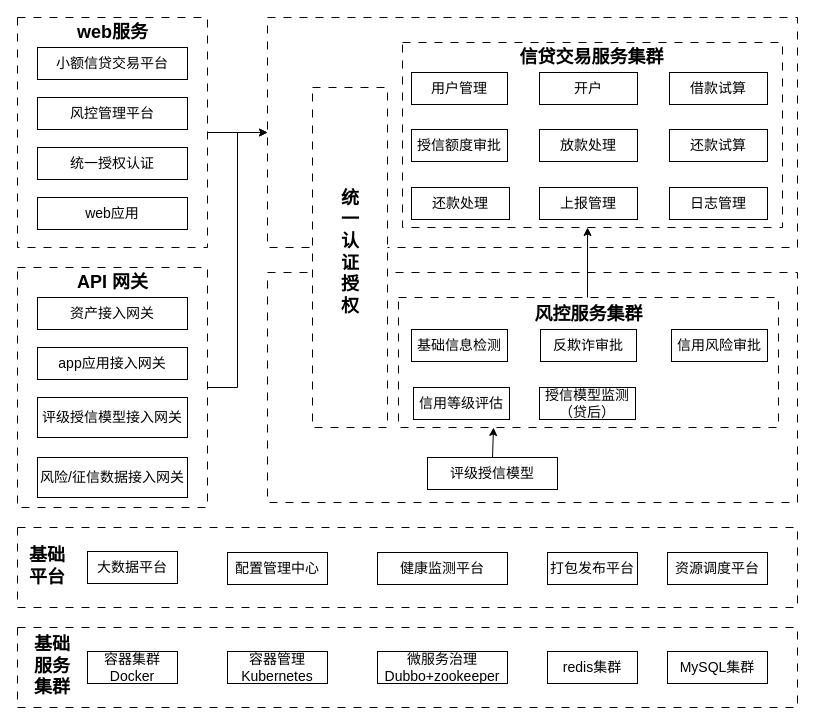
wuxiao-web/graduationThesis keeps this draw.io diagram as 微服务架构图.drawio. Above is the earlier version. Source tidied: cells renumbered, new cells numbered last; positions are measured from the earlier drawing's top-left corner, leaving out a move shared by most shapes. Both pictures are drawn from the tidied source at 100%, with x=0, y=0 at pixel (17, 17).
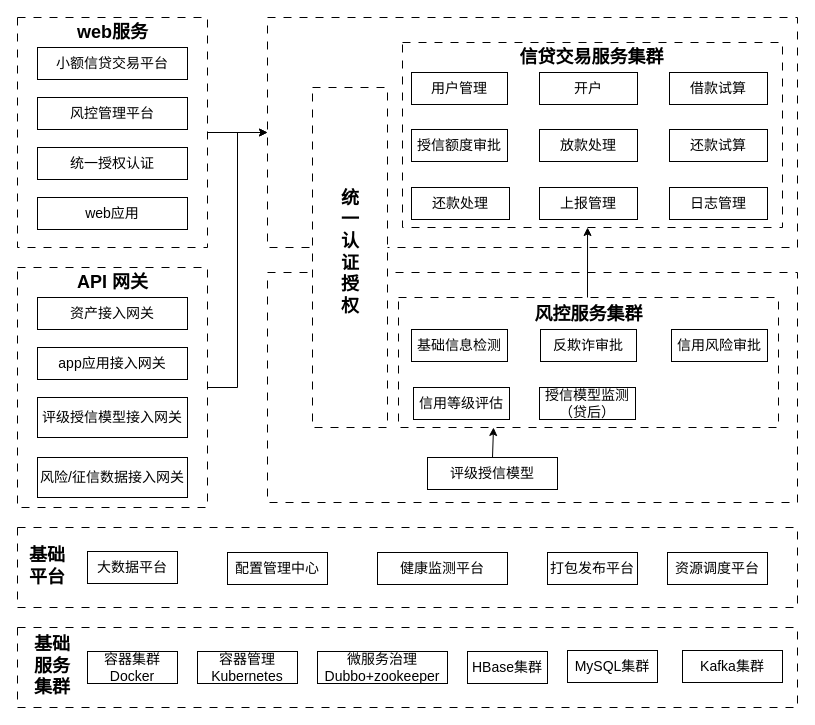
Above is the later version.

Commit message:
更新微服务架构图.drawio

Diff of the diagram source:
```diff
@@
     <mxCell id="5" value="&lt;span style=&quot;font-size: 14px;&quot;&gt;容器管理&lt;br&gt;Kubernetes&lt;br&gt;&lt;/span&gt;" style="rounded=0;whiteSpace=wrap;html=1;" parent="1" vertex="1">
-      <mxGeometry x="210" y="634" width="100" height="32" as="geometry" />
+      <mxGeometry x="180" y="634" width="100" height="32" as="geometry" />
     </mxCell>
     <mxCell id="6" value="&lt;span style=&quot;font-size: 14px;&quot;&gt;微服务治理&lt;br&gt;Dubbo+zookeeper&lt;br&gt;&lt;/span&gt;" style="rounded=0;whiteSpace=wrap;html=1;" parent="1" vertex="1">
-      <mxGeometry x="360" y="634" width="130" height="32" as="geometry" />
+      <mxGeometry x="300" y="634" width="130" height="32" as="geometry" />
     </mxCell>
-    <mxCell id="7" value="&lt;span style=&quot;font-size: 14px;&quot;&gt;redis集群&lt;br&gt;&lt;/span&gt;" style="rounded=0;whiteSpace=wrap;html=1;" parent="1" vertex="1">
-      <mxGeometry x="530" y="634" width="90" height="32" as="geometry" />
+    <mxCell id="7" value="&lt;span style=&quot;font-size: 14px;&quot;&gt;HBase集群&lt;br&gt;&lt;/span&gt;" style="rounded=0;whiteSpace=wrap;html=1;" parent="1" vertex="1">
+      <mxGeometry x="450" y="634" width="80" height="32" as="geometry" />
     </mxCell>
     <mxCell id="8" value="&lt;span style=&quot;font-size: 14px;&quot;&gt;MySQL集群&lt;br&gt;&lt;/span&gt;" style="rounded=0;whiteSpace=wrap;html=1;" parent="1" vertex="1">
-      <mxGeometry x="650" y="634" width="100" height="32" as="geometry" />
+      <mxGeometry x="550" y="633" width="90" height="32" as="geometry" />
     </mxCell>
@@
+    <mxCell id="55" value="&lt;span style=&quot;font-size: 14px;&quot;&gt;Kafka集群&lt;br&gt;&lt;/span&gt;" style="rounded=0;whiteSpace=wrap;html=1;" parent="1" vertex="1">
+      <mxGeometry x="665" y="633" width="100" height="32" as="geometry" />
+    </mxCell>
```
